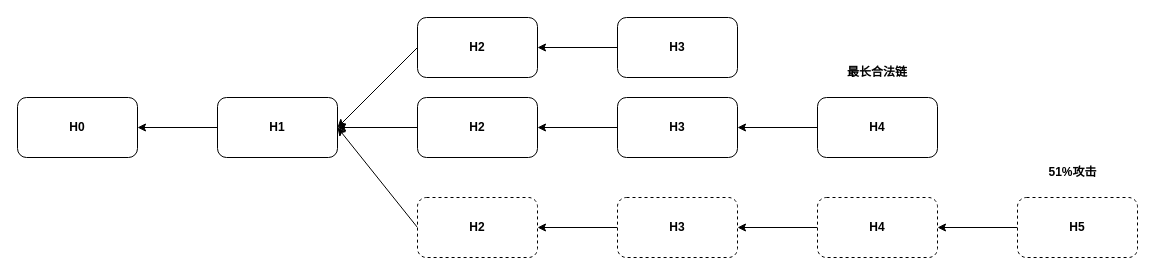
The draw.io diagram 分叉.drawio in weihanby/Hello_Fudan, before the edit. Source tidied: cells renumbered, new cells numbered last; positions are measured from the earlier drawing's top-left corner, leaving out a move shared by most shapes. Both pictures are drawn from the tidied source at 100%, with x=0, y=0 at pixel (17, 17).
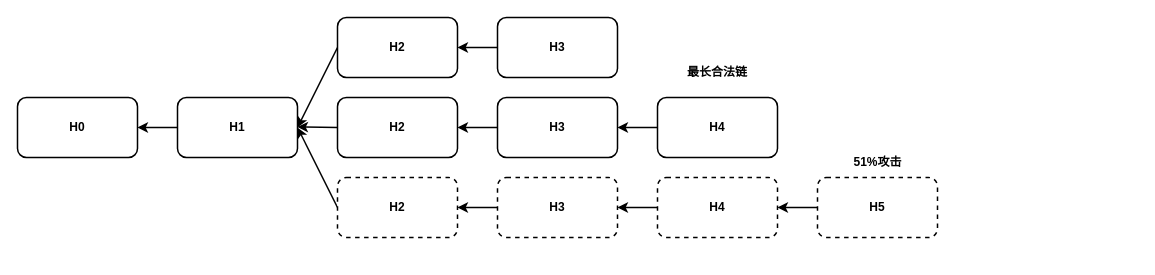
The same diagram, later.

The edit, as a diff of the source:
```diff
@@
-    <mxCell id="2" value="&lt;b&gt;H0&lt;/b&gt;" style="whiteSpace=wrap;html=1;rounded=1;" parent="1" vertex="1">
+    <mxCell id="2" value="&lt;b&gt;H0&lt;/b&gt;" style="whiteSpace=wrap;html=1;rounded=1;strokeWidth=1.5;" parent="1" vertex="1">
       <mxGeometry y="80" width="120" height="60" as="geometry" />
     </mxCell>
-    <mxCell id="3" style="edgeStyle=none;rounded=1;jettySize=auto;html=1;" parent="1" edge="1" source="4" target="2">
+    <mxCell id="3" style="edgeStyle=none;rounded=1;jettySize=auto;html=1;strokeWidth=1.5;" parent="1" edge="1" source="4" target="2">
       <mxGeometry relative="1" as="geometry" />
     </mxCell>
-    <mxCell id="4" value="&lt;b&gt;H1&lt;/b&gt;" style="whiteSpace=wrap;html=1;rounded=1;" parent="1" vertex="1">
-      <mxGeometry x="200" y="80" width="120" height="60" as="geometry" />
+    <mxCell id="4" value="&lt;b&gt;H1&lt;/b&gt;" style="whiteSpace=wrap;html=1;rounded=1;strokeWidth=1.5;" parent="1" vertex="1">
+      <mxGeometry x="160" y="80" width="120" height="60" as="geometry" />
     </mxCell>
-    <mxCell id="5" style="edgeStyle=none;rounded=1;jettySize=auto;html=1;exitX=0;exitY=0.5;exitDx=0;exitDy=0;entryX=1;entryY=0.5;entryDx=0;entryDy=0;" parent="1" edge="1" source="6" target="4">
+    <mxCell id="5" style="edgeStyle=none;rounded=1;jettySize=auto;html=1;exitX=0;exitY=0.5;exitDx=0;exitDy=0;entryX=1;entryY=0.5;entryDx=0;entryDy=0;strokeWidth=1.5;" parent="1" edge="1" source="6" target="4">
       <mxGeometry relative="1" as="geometry" />
     </mxCell>
-    <mxCell id="6" value="&lt;b&gt;H2&lt;/b&gt;" style="whiteSpace=wrap;html=1;rounded=1;" parent="1" vertex="1">
-      <mxGeometry x="400" width="120" height="60" as="geometry" />
+    <mxCell id="6" value="&lt;b&gt;H2&lt;/b&gt;" style="whiteSpace=wrap;html=1;rounded=1;strokeWidth=1.5;" parent="1" vertex="1">
+      <mxGeometry x="320" width="120" height="60" as="geometry" />
     </mxCell>
-    <mxCell id="7" style="edgeStyle=none;rounded=1;jettySize=auto;html=1;exitX=0;exitY=0.5;exitDx=0;exitDy=0;entryX=1;entryY=0.5;entryDx=0;entryDy=0;" parent="1" edge="1" source="8" target="6">
+    <mxCell id="7" style="edgeStyle=none;rounded=1;jettySize=auto;html=1;exitX=0;exitY=0.5;exitDx=0;exitDy=0;entryX=1;entryY=0.5;entryDx=0;entryDy=0;strokeWidth=1.5;" parent="1" edge="1" source="8" target="6">
       <mxGeometry relative="1" as="geometry" />
     </mxCell>
-    <mxCell id="8" value="&lt;b&gt;H3&lt;/b&gt;" style="whiteSpace=wrap;html=1;rounded=1;" parent="1" vertex="1">
-      <mxGeometry x="600" width="120" height="60" as="geometry" />
+    <mxCell id="8" value="&lt;b&gt;H3&lt;/b&gt;" style="whiteSpace=wrap;html=1;rounded=1;strokeWidth=1.5;" parent="1" vertex="1">
+      <mxGeometry x="480" width="120" height="60" as="geometry" />
     </mxCell>
-    <mxCell id="9" style="edgeStyle=none;rounded=1;jettySize=auto;html=1;exitX=0;exitY=0.5;exitDx=0;exitDy=0;entryX=1;entryY=0.5;entryDx=0;entryDy=0;" parent="1" edge="1" source="10" target="4">
+    <mxCell id="9" style="edgeStyle=none;rounded=1;jettySize=auto;html=1;exitX=0;exitY=0.5;exitDx=0;exitDy=0;entryX=1;entryY=0.5;entryDx=0;entryDy=0;strokeWidth=1.5;" parent="1" edge="1" source="10" target="4">
       <mxGeometry relative="1" as="geometry" />
     </mxCell>
-    <mxCell id="10" value="&lt;b&gt;H2&lt;/b&gt;" style="whiteSpace=wrap;html=1;rounded=1;dashed=1;" parent="1" vertex="1">
-      <mxGeometry x="400" y="180" width="120" height="60" as="geometry" />
+    <mxCell id="10" value="&lt;b&gt;H2&lt;/b&gt;" style="whiteSpace=wrap;html=1;rounded=1;dashed=1;strokeWidth=1.5;" parent="1" vertex="1">
+      <mxGeometry x="320" y="160" width="120" height="60" as="geometry" />
     </mxCell>
-    <mxCell id="11" style="edgeStyle=none;rounded=1;jettySize=auto;html=1;exitX=0;exitY=0.5;exitDx=0;exitDy=0;entryX=1;entryY=0.5;entryDx=0;entryDy=0;" parent="1" edge="1" source="12" target="10">
+    <mxCell id="11" style="edgeStyle=none;rounded=1;jettySize=auto;html=1;exitX=0;exitY=0.5;exitDx=0;exitDy=0;entryX=1;entryY=0.5;entryDx=0;entryDy=0;strokeWidth=1.5;" parent="1" edge="1" source="12" target="10">
       <mxGeometry relative="1" as="geometry" />
     </mxCell>
-    <mxCell id="12" value="&lt;b&gt;H3&lt;/b&gt;" style="whiteSpace=wrap;html=1;rounded=1;dashed=1;" parent="1" vertex="1">
-      <mxGeometry x="600" y="180" width="120" height="60" as="geometry" />
+    <mxCell id="12" value="&lt;b&gt;H3&lt;/b&gt;" style="whiteSpace=wrap;html=1;rounded=1;dashed=1;strokeWidth=1.5;" parent="1" vertex="1">
+      <mxGeometry x="480" y="160" width="120" height="60" as="geometry" />
     </mxCell>
-    <mxCell id="13" style="edgeStyle=none;rounded=1;jettySize=auto;html=1;exitX=0;exitY=0.5;exitDx=0;exitDy=0;" parent="1" edge="1" source="14" target="12">
+    <mxCell id="13" style="edgeStyle=none;rounded=1;jettySize=auto;html=1;exitX=0;exitY=0.5;exitDx=0;exitDy=0;strokeWidth=1.5;" parent="1" edge="1" source="14" target="12">
       <mxGeometry relative="1" as="geometry" />
     </mxCell>
-    <mxCell id="14" value="&lt;b&gt;H4&lt;/b&gt;" style="whiteSpace=wrap;html=1;rounded=1;dashed=1;" parent="1" vertex="1">
-      <mxGeometry x="800" y="180" width="120" height="60" as="geometry" />
+    <mxCell id="14" value="&lt;b&gt;H4&lt;/b&gt;" style="whiteSpace=wrap;html=1;rounded=1;dashed=1;strokeWidth=1.5;" parent="1" vertex="1">
+      <mxGeometry x="640" y="160" width="120" height="60" as="geometry" />
     </mxCell>
-    <mxCell id="15" value="&lt;b&gt;最长合法链&lt;/b&gt;" style="text;strokeColor=none;align=center;fillColor=none;html=1;verticalAlign=middle;whiteSpace=wrap;rounded=0;" parent="1" vertex="1">
-      <mxGeometry x="800" y="40" width="120" height="30" as="geometry" />
+    <mxCell id="15" value="&lt;b&gt;最长合法链&lt;/b&gt;" style="text;strokeColor=none;align=center;fillColor=none;html=1;verticalAlign=middle;whiteSpace=wrap;rounded=0;strokeWidth=1.5;" parent="1" vertex="1">
+      <mxGeometry x="640" y="40" width="120" height="30" as="geometry" />
     </mxCell>
-    <mxCell id="16" style="edgeStyle=none;rounded=1;jettySize=auto;html=1;exitX=0;exitY=0.5;exitDx=0;exitDy=0;entryX=1;entryY=0.5;entryDx=0;entryDy=0;" parent="1" edge="1" source="17" target="14">
-      <mxGeometry relative="1" as="geometry" />
+    <mxCell id="16" style="edgeStyle=none;rounded=1;jettySize=auto;html=1;exitX=0;exitY=0.5;exitDx=0;exitDy=0;entryX=1;entryY=0.5;entryDx=0;entryDy=0;strokeWidth=1.5;" parent="1" edge="1" target="14">
+      <mxGeometry relative="1" as="geometry">
+        <mxPoint x="800" y="190" as="sourcePoint" />
+      </mxGeometry>
     </mxCell>
-    <mxCell id="17" value="&lt;b&gt;H5&lt;/b&gt;" style="whiteSpace=wrap;html=1;rounded=1;dashed=1;" parent="1" vertex="1">
-      <mxGeometry x="1000" y="180" width="120" height="60" as="geometry" />
+    <mxCell id="17" value="&lt;b&gt;H5&lt;/b&gt;" style="whiteSpace=wrap;html=1;rounded=1;dashed=1;strokeWidth=1.5;" parent="1" vertex="1">
+      <mxGeometry x="800" y="160" width="120" height="60" as="geometry" />
     </mxCell>
-    <mxCell id="18" style="edgeStyle=none;rounded=1;jettySize=auto;html=1;exitX=0;exitY=0.5;exitDx=0;exitDy=0;" parent="1" edge="1" source="19">
+    <mxCell id="18" style="edgeStyle=none;rounded=1;jettySize=auto;html=1;exitX=0;exitY=0.5;exitDx=0;exitDy=0;strokeWidth=1.5;" parent="1" edge="1" source="19">
       <mxGeometry relative="1" as="geometry">
-        <mxPoint x="320" y="110" as="targetPoint" />
+        <mxPoint x="280" y="109.5" as="targetPoint" />
       </mxGeometry>
     </mxCell>
-    <mxCell id="19" value="&lt;b&gt;H2&lt;/b&gt;" style="whiteSpace=wrap;html=1;rounded=1;" parent="1" vertex="1">
-      <mxGeometry x="400" y="80" width="120" height="60" as="geometry" />
+    <mxCell id="19" value="&lt;b&gt;H2&lt;/b&gt;" style="whiteSpace=wrap;html=1;rounded=1;strokeWidth=1.5;" parent="1" vertex="1">
+      <mxGeometry x="320" y="80" width="120" height="60" as="geometry" />
     </mxCell>
-    <mxCell id="20" style="edgeStyle=none;rounded=1;jettySize=auto;html=1;exitX=0;exitY=0.5;exitDx=0;exitDy=0;entryX=1;entryY=0.5;entryDx=0;entryDy=0;" parent="1" edge="1" source="21" target="19">
+    <mxCell id="20" style="edgeStyle=none;rounded=1;jettySize=auto;html=1;exitX=0;exitY=0.5;exitDx=0;exitDy=0;entryX=1;entryY=0.5;entryDx=0;entryDy=0;strokeWidth=1.5;" parent="1" edge="1" source="21" target="19">
       <mxGeometry relative="1" as="geometry" />
     </mxCell>
-    <mxCell id="21" value="&lt;b&gt;H3&lt;/b&gt;" style="whiteSpace=wrap;html=1;rounded=1;" parent="1" vertex="1">
-      <mxGeometry x="600" y="80" width="120" height="60" as="geometry" />
+    <mxCell id="21" value="&lt;b&gt;H3&lt;/b&gt;" style="whiteSpace=wrap;html=1;rounded=1;strokeWidth=1.5;" parent="1" vertex="1">
+      <mxGeometry x="480" y="80" width="120" height="60" as="geometry" />
     </mxCell>
-    <mxCell id="22" style="edgeStyle=none;rounded=1;jettySize=auto;html=1;exitX=0;exitY=0.5;exitDx=0;exitDy=0;entryX=1;entryY=0.5;entryDx=0;entryDy=0;" parent="1" edge="1" source="23" target="21">
+    <mxCell id="22" style="edgeStyle=none;rounded=1;jettySize=auto;html=1;exitX=0;exitY=0.5;exitDx=0;exitDy=0;entryX=1;entryY=0.5;entryDx=0;entryDy=0;strokeWidth=1.5;" parent="1" edge="1" source="23" target="21">
       <mxGeometry relative="1" as="geometry" />
     </mxCell>
-    <mxCell id="23" value="&lt;b&gt;H4&lt;/b&gt;" style="whiteSpace=wrap;html=1;rounded=1;" parent="1" vertex="1">
-      <mxGeometry x="800" y="80" width="120" height="60" as="geometry" />
+    <mxCell id="23" value="&lt;b&gt;H4&lt;/b&gt;" style="whiteSpace=wrap;html=1;rounded=1;strokeWidth=1.5;" parent="1" vertex="1">
+      <mxGeometry x="640" y="80" width="120" height="60" as="geometry" />
     </mxCell>
-    <mxCell id="24" value="&lt;b&gt;51%攻击&lt;/b&gt;" style="text;html=1;align=center;verticalAlign=middle;strokeColor=none;fillColor=none;" parent="1" vertex="1">
-      <mxGeometry x="1010" y="140" width="90" height="30" as="geometry" />
+    <mxCell id="24" value="&lt;b&gt;51%攻击&lt;/b&gt;" style="text;html=1;align=center;verticalAlign=middle;strokeColor=none;fillColor=none;strokeWidth=1.5;" parent="1" vertex="1">
+      <mxGeometry x="815" y="130" width="90" height="30" as="geometry" />
     </mxCell>
```
